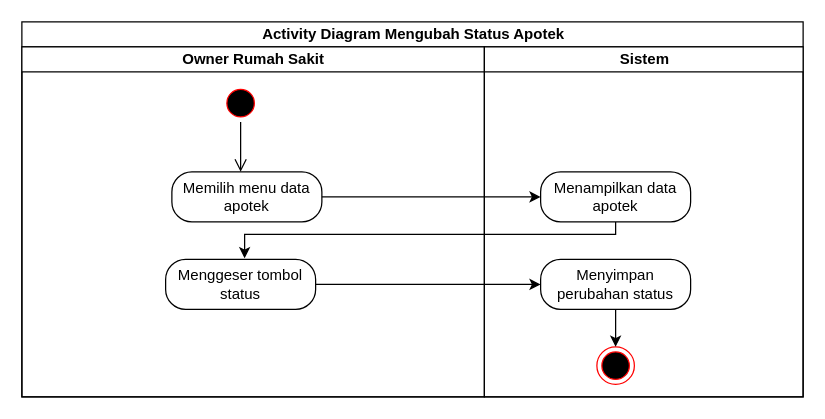
The draw.io diagram activity diagram/Owner Apotek/mengubah status apotek.drawio in Muhamadrafliseptian/rancangan-sistem-dan-dokumen, before the edit. Source tidied: cells renumbered, new cells numbered last; positions are measured from the earlier drawing's top-left corner, leaving out a move shared by most shapes. Both pictures are drawn from the tidied source at 125%, with x=0, y=0 at pixel (21, 21).
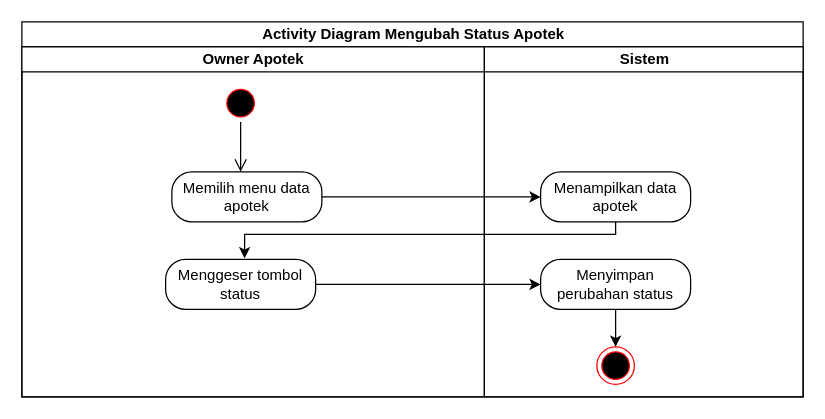
The same diagram, later.

The change refers to these unchanged cells:
```xml
<mxCell id="2" value="Activity Diagram Mengubah Status Apotek" style="swimlane;startSize=20;html=1;" parent="1" vertex="1">
  <mxGeometry width="625" height="300" as="geometry" />
</mxCell>
```

The edit, as a diff of the source:
```diff
@@
-    <mxCell id="3" value="Owner Rumah Sakit" style="swimlane;startSize=20;html=1;" parent="2" vertex="1">
+    <mxCell id="3" value="Owner Apotek" style="swimlane;startSize=20;html=1;" parent="2" vertex="1">
       <mxGeometry y="20" width="370" height="280" as="geometry" />
     </mxCell>
```
